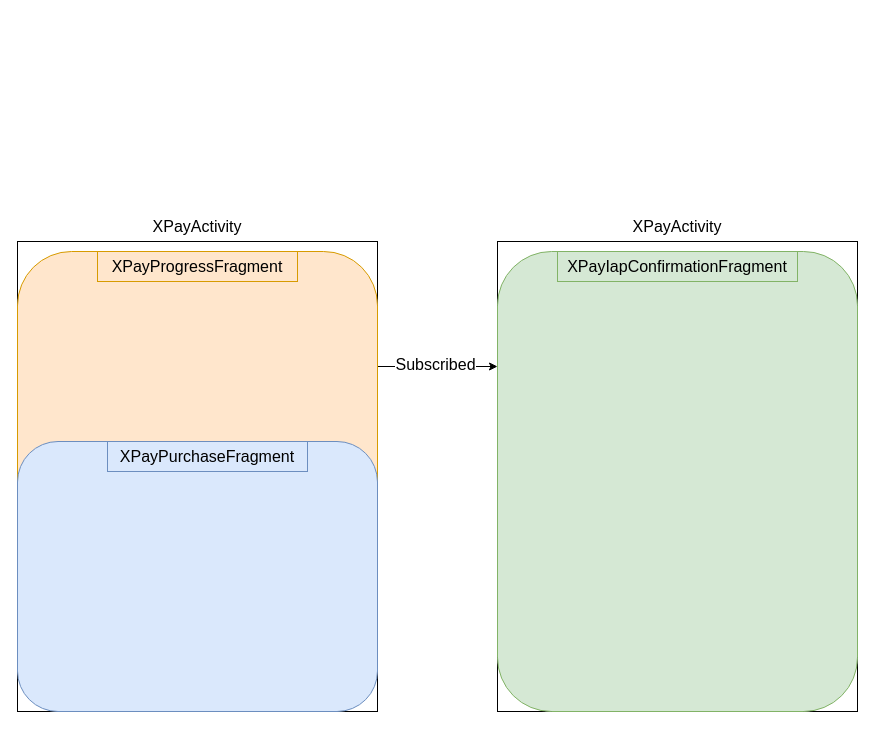
This is page "第 2 页" (2 of 2) of copilot.drawio from lancelodliu/draw.io, a draw.io file, before an edit. Source tidied: cells renumbered, new cells numbered last; positions are measured from the earlier drawing's top-left corner, leaving out a move shared by most shapes. Both pictures are drawn from the tidied source at 100%, with x=0, y=0 at pixel (17, 211).
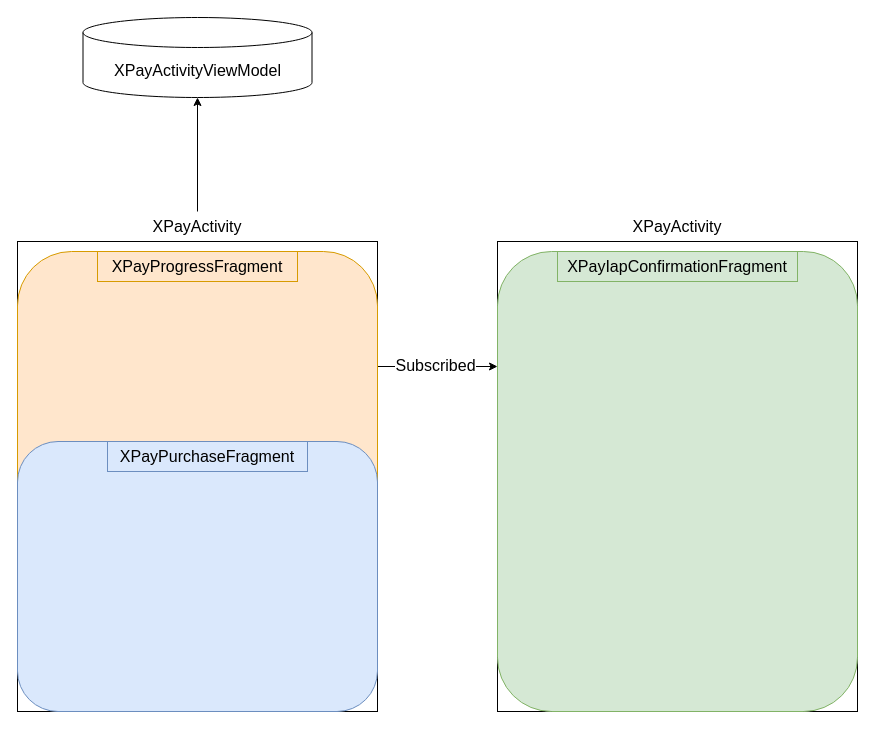
Above is the later version.

The edit, as a diff of the source:
```diff
@@
 <mxGraphModel>
   <root>
     <mxCell id="0" />
     <mxCell id="1" parent="0" />
     <mxCell id="2" style="rounded=0;whiteSpace=wrap;html=1;" parent="1" vertex="1">
       <mxGeometry x="480" y="30" width="360" height="470" as="geometry" />
     </mxCell>
     <mxCell id="3" value="XPayActivity" style="text;html=1;align=center;verticalAlign=middle;whiteSpace=wrap;rounded=0;fontSize=16;" parent="1" vertex="1">
       <mxGeometry x="610" width="100" height="30" as="geometry" />
     </mxCell>
     <mxCell id="4" style="rounded=0;whiteSpace=wrap;html=1;" parent="1" vertex="1">
       <mxGeometry y="30" width="360" height="470" as="geometry" />
     </mxCell>
+    <mxCell id="14" style="edgeStyle=orthogonalEdgeStyle;rounded=0;jettySize=auto;html=1;" parent="1" edge="1" source="5" target="15">
+      <mxGeometry relative="1" as="geometry" />
+    </mxCell>
     <mxCell id="5" value="XPayActivity" style="text;html=1;align=center;verticalAlign=middle;whiteSpace=wrap;rounded=0;fontSize=16;" parent="1" vertex="1">
       <mxGeometry x="130" width="100" height="30" as="geometry" />
     </mxCell>
     <mxCell id="6" style="edgeStyle=orthogonalEdgeStyle;rounded=0;jettySize=auto;html=1;exitX=1;exitY=0.25;exitDx=0;exitDy=0;entryX=0;entryY=0.25;entryDx=0;entryDy=0;" parent="1" edge="1" source="8" target="12">
       <mxGeometry relative="1" as="geometry" />
     </mxCell>
     <mxCell id="7" value="Subscribed" style="edgeLabel;html=1;align=center;verticalAlign=middle;fontSize=16;" parent="6" vertex="1">
       <mxGeometry x="-0.05" y="2" relative="1" as="geometry" />
     </mxCell>
     <mxCell id="8" style="rounded=1;whiteSpace=wrap;html=1;fillColor=#ffe6cc;strokeColor=#d79b00;" parent="1" vertex="1">
       <mxGeometry y="40" width="360" height="460" as="geometry" />
     </mxCell>
     <mxCell id="9" style="rounded=1;whiteSpace=wrap;html=1;fillColor=#dae8fc;strokeColor=#6c8ebf;" parent="1" vertex="1">
       <mxGeometry y="230" width="360" height="270" as="geometry" />
     </mxCell>
     <mxCell id="10" value="XPayPurchaseFragment" style="text;html=1;align=center;verticalAlign=middle;whiteSpace=wrap;rounded=0;fillColor=#dae8fc;strokeColor=#6c8ebf;fontSize=16;" parent="1" vertex="1">
       <mxGeometry x="90" y="230" width="200" height="30" as="geometry" />
     </mxCell>
     <mxCell id="11" value="XPayProgressFragment" style="text;html=1;align=center;verticalAlign=middle;whiteSpace=wrap;rounded=0;fillColor=#ffe6cc;strokeColor=#d79b00;fontSize=16;" parent="1" vertex="1">
       <mxGeometry x="80" y="40" width="200" height="30" as="geometry" />
     </mxCell>
     <mxCell id="12" style="rounded=1;whiteSpace=wrap;html=1;fillColor=#d5e8d4;strokeColor=#82b366;" parent="1" vertex="1">
       <mxGeometry x="480" y="40" width="360" height="460" as="geometry" />
     </mxCell>
     <mxCell id="13" value="XPayIapConfirmationFragment" style="text;html=1;align=center;verticalAlign=middle;whiteSpace=wrap;rounded=0;fillColor=#d5e8d4;strokeColor=#82b366;fontSize=16;" parent="1" vertex="1">
       <mxGeometry x="540" y="40" width="240" height="30" as="geometry" />
     </mxCell>
+    <mxCell id="15" value="XPayActivityViewModel" style="shape=cylinder3;whiteSpace=wrap;html=1;boundedLbl=1;backgroundOutline=1;size=15;fontSize=16;" parent="1" vertex="1">
+      <mxGeometry x="65.5" y="-194" width="229" height="80" as="geometry" />
+    </mxCell>
   </root>
 </mxGraphModel>
```
